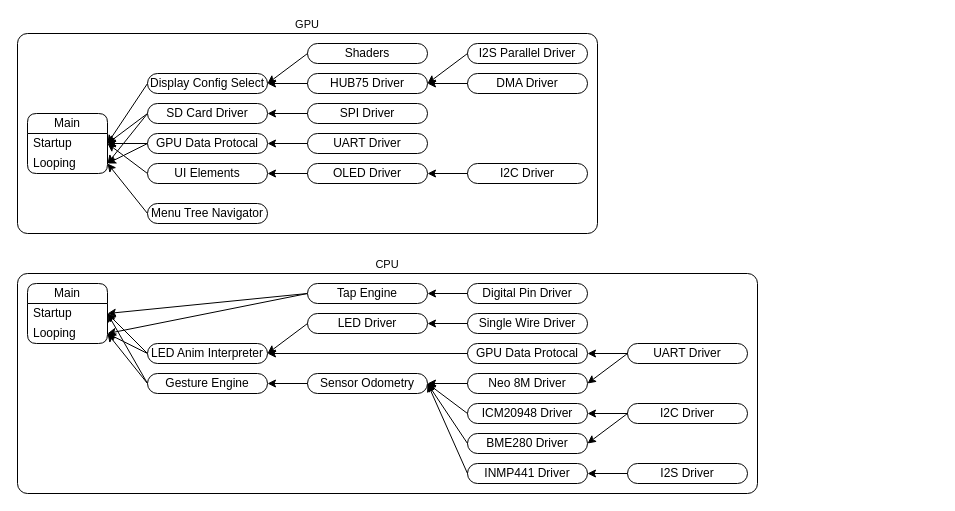
This is page "Alpha Release Stack" (5 of 5) of Documents/Software Diagram (DX.3).drawio from Cyberspecies/Synth-Head, a draw.io file, before an edit. Source tidied: cells renumbered, new cells numbered last; positions are measured from the earlier drawing's top-left corner, leaving out a move shared by most shapes. Both pictures are drawn from the tidied source at 100%, with x=0, y=0 at pixel (17, 33).
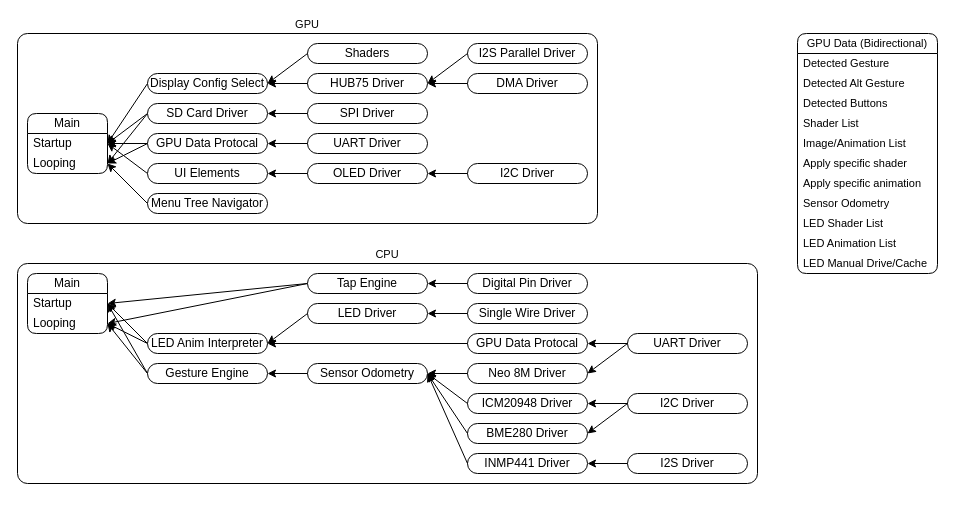
Above is the later version.

Commit message:
Added Data sent between the CPU and the GPU

The edit, as a diff of the source:
```diff
@@
     <mxCell id="2" value="GPU" style="rounded=1;whiteSpace=wrap;html=1;fontFamily=Helvetica;fontSize=11;fontColor=default;labelBackgroundColor=default;absoluteArcSize=1;labelPosition=center;verticalLabelPosition=top;align=center;verticalAlign=bottom;" parent="1" vertex="1">
-      <mxGeometry width="580" height="200" as="geometry" />
+      <mxGeometry width="580" height="190" as="geometry" />
     </mxCell>
@@
     <mxCell id="33" value="Menu Tree Navigator" style="rounded=1;whiteSpace=wrap;html=1;absoluteArcSize=1;points=[[0,0.5,0,0,0],[1,0.5,0,0,0]];" parent="2" vertex="1">
-      <mxGeometry x="130" y="170" width="120" height="20" as="geometry" />
+      <mxGeometry x="130" y="160" width="120" height="20" as="geometry" />
     </mxCell>
     <mxCell id="34" value="CPU" style="rounded=1;whiteSpace=wrap;html=1;fontFamily=Helvetica;fontSize=11;fontColor=default;labelBackgroundColor=default;absoluteArcSize=1;labelPosition=center;verticalLabelPosition=top;align=center;verticalAlign=bottom;" parent="1" vertex="1">
-      <mxGeometry y="240" width="740" height="220" as="geometry" />
+      <mxGeometry y="230" width="740" height="220" as="geometry" />
     </mxCell>
@@
+    <mxCell id="73" value="GPU Data (Bidirectional)" style="swimlane;fontStyle=0;horizontal=1;startSize=20;whiteSpace=wrap;html=1;rounded=1;fontFamily=Helvetica;fontSize=11;fontColor=default;labelBackgroundColor=default;" parent="1" vertex="1">
+      <mxGeometry x="780" width="140" height="240" as="geometry" />
+    </mxCell>
+    <mxCell id="74" value="Detected Gesture" style="text;strokeColor=none;fillColor=none;align=left;verticalAlign=middle;spacingLeft=4;spacingRight=4;overflow=hidden;whiteSpace=wrap;html=1;fontFamily=Helvetica;fontSize=11;fontColor=default;labelBackgroundColor=default;" parent="73" vertex="1">
+      <mxGeometry y="20" width="140" height="20" as="geometry" />
+    </mxCell>
+    <mxCell id="75" value="Detected Alt Gesture" style="text;strokeColor=none;fillColor=none;align=left;verticalAlign=middle;spacingLeft=4;spacingRight=4;overflow=hidden;whiteSpace=wrap;html=1;fontFamily=Helvetica;fontSize=11;fontColor=default;labelBackgroundColor=default;" parent="73" vertex="1">
+      <mxGeometry y="40" width="140" height="20" as="geometry" />
+    </mxCell>
+    <mxCell id="76" value="Detected Buttons" style="text;strokeColor=none;fillColor=none;align=left;verticalAlign=middle;spacingLeft=4;spacingRight=4;overflow=hidden;whiteSpace=wrap;html=1;fontFamily=Helvetica;fontSize=11;fontColor=default;labelBackgroundColor=default;" parent="73" vertex="1">
+      <mxGeometry y="60" width="140" height="20" as="geometry" />
+    </mxCell>
+    <mxCell id="77" value="Shader List" style="text;strokeColor=none;fillColor=none;align=left;verticalAlign=middle;spacingLeft=4;spacingRight=4;overflow=hidden;whiteSpace=wrap;html=1;fontFamily=Helvetica;fontSize=11;fontColor=default;labelBackgroundColor=default;" parent="73" vertex="1">
+      <mxGeometry y="80" width="140" height="20" as="geometry" />
+    </mxCell>
+    <mxCell id="78" value="Image/Animation List" style="text;strokeColor=none;fillColor=none;align=left;verticalAlign=middle;spacingLeft=4;spacingRight=4;overflow=hidden;whiteSpace=wrap;html=1;fontFamily=Helvetica;fontSize=11;fontColor=default;labelBackgroundColor=default;" parent="73" vertex="1">
+      <mxGeometry y="100" width="140" height="20" as="geometry" />
+    </mxCell>
+    <mxCell id="79" value="Apply specific shader" style="text;strokeColor=none;fillColor=none;align=left;verticalAlign=middle;spacingLeft=4;spacingRight=4;overflow=hidden;whiteSpace=wrap;html=1;fontFamily=Helvetica;fontSize=11;fontColor=default;labelBackgroundColor=default;" parent="73" vertex="1">
+      <mxGeometry y="120" width="140" height="20" as="geometry" />
+    </mxCell>
+    <mxCell id="80" value="Apply specific animation" style="text;strokeColor=none;fillColor=none;align=left;verticalAlign=middle;spacingLeft=4;spacingRight=4;overflow=hidden;whiteSpace=wrap;html=1;fontFamily=Helvetica;fontSize=11;fontColor=default;labelBackgroundColor=default;" parent="73" vertex="1">
+      <mxGeometry y="140" width="140" height="20" as="geometry" />
+    </mxCell>
+    <mxCell id="81" value="Sensor Odometry" style="text;strokeColor=none;fillColor=none;align=left;verticalAlign=middle;spacingLeft=4;spacingRight=4;overflow=hidden;whiteSpace=wrap;html=1;fontFamily=Helvetica;fontSize=11;fontColor=default;labelBackgroundColor=default;" parent="73" vertex="1">
+      <mxGeometry y="160" width="140" height="20" as="geometry" />
+    </mxCell>
+    <mxCell id="82" value="LED Shader List" style="text;strokeColor=none;fillColor=none;align=left;verticalAlign=middle;spacingLeft=4;spacingRight=4;overflow=hidden;whiteSpace=wrap;html=1;fontFamily=Helvetica;fontSize=11;fontColor=default;labelBackgroundColor=default;" parent="73" vertex="1">
+      <mxGeometry y="180" width="140" height="20" as="geometry" />
+    </mxCell>
+    <mxCell id="83" value="LED Animation List" style="text;strokeColor=none;fillColor=none;align=left;verticalAlign=middle;spacingLeft=4;spacingRight=4;overflow=hidden;whiteSpace=wrap;html=1;fontFamily=Helvetica;fontSize=11;fontColor=default;labelBackgroundColor=default;" parent="73" vertex="1">
+      <mxGeometry y="200" width="140" height="20" as="geometry" />
+    </mxCell>
+    <mxCell id="84" value="LED Manual Drive/Cache" style="text;strokeColor=none;fillColor=none;align=left;verticalAlign=middle;spacingLeft=4;spacingRight=4;overflow=hidden;whiteSpace=wrap;html=1;fontFamily=Helvetica;fontSize=11;fontColor=default;labelBackgroundColor=default;" parent="73" vertex="1">
+      <mxGeometry y="220" width="140" height="20" as="geometry" />
+    </mxCell>
```
